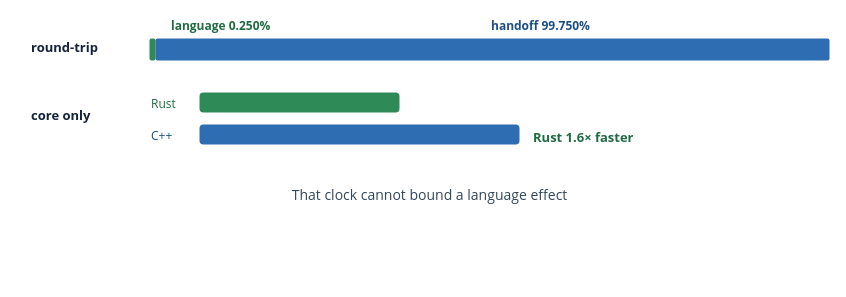
The draw.io diagram diagrams/31_e2e_clock.drawio in VienThanh12/Master-Thesis, before the edit. Source tidied: cells renumbered, new cells numbered last; positions are measured from the earlier drawing's top-left corner, leaving out a move shared by most shapes. Both pictures are drawn from the tidied source at 100%, with x=0, y=0 at pixel (29, 17).
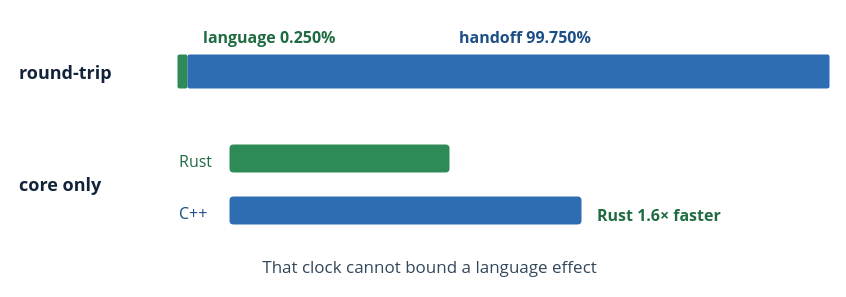
The same page after the edit.

Commit message (it also covers changes not shown here):
updated the figure 5.4. It is too small

Diff of the diagram source:
```diff
@@
 <mxGraphModel>
   <root>
     <mxCell id="0" />
     <mxCell id="1" parent="0" />
-    <mxCell id="2" value="round-trip" style="text;html=1;strokeColor=none;fillColor=none;whiteSpace=nowrap;align=left;verticalAlign=middle;fontSize=13;fontColor=#12233a;fontFamily=Segoe UI;fontStyle=1;" parent="1" vertex="1">
-      <mxGeometry y="20.6" width="70.8" height="19.5" as="geometry" />
+    <mxCell id="2" value="round-trip" style="text;html=1;strokeColor=none;fillColor=none;whiteSpace=nowrap;align=left;verticalAlign=middle;fontSize=18;fontColor=#12233a;fontFamily=Segoe UI;fontStyle=1;" parent="1" vertex="1">
+      <mxGeometry x="-12" y="41.9" width="98.1" height="27" as="geometry" />
     </mxCell>
     <mxCell id="3" style="rounded=1;whiteSpace=wrap;html=1;absoluteArcSize=1;arcSize=4;fillColor=#2e8b57;strokeColor=none;" parent="1" vertex="1">
-      <mxGeometry x="120" y="21" width="6" height="22" as="geometry" />
+      <mxGeometry x="148" y="37" width="10" height="34" as="geometry" />
     </mxCell>
     <mxCell id="4" style="rounded=1;whiteSpace=wrap;html=1;absoluteArcSize=1;arcSize=4;fillColor=#2f6db3;strokeColor=none;" parent="1" vertex="1">
-      <mxGeometry x="126" y="21" width="674" height="22" as="geometry" />
+      <mxGeometry x="158" y="37" width="642" height="34" as="geometry" />
     </mxCell>
-    <mxCell id="5" value="language  0.250%" style="text;html=1;strokeColor=none;fillColor=none;whiteSpace=nowrap;align=left;verticalAlign=middle;fontSize=12;fontColor=#1f6b41;fontFamily=Segoe UI;fontStyle=1;" parent="1" vertex="1">
-      <mxGeometry x="140" y="-0.4" width="104.6" height="18" as="geometry" />
+    <mxCell id="5" value="language  0.250%" style="text;html=1;strokeColor=none;fillColor=none;whiteSpace=nowrap;align=left;verticalAlign=middle;fontSize=16;fontColor=#1f6b41;fontFamily=Segoe UI;fontStyle=1;" parent="1" vertex="1">
+      <mxGeometry x="172" y="7.8" width="139.5" height="24" as="geometry" />
     </mxCell>
-    <mxCell id="6" value="handoff  99.750%" style="text;html=1;strokeColor=none;fillColor=none;whiteSpace=nowrap;align=left;verticalAlign=middle;fontSize=12;fontColor=#1c4e86;fontFamily=Segoe UI;fontStyle=1;" parent="1" vertex="1">
-      <mxGeometry x="460" y="-0.4" width="104.6" height="18" as="geometry" />
+    <mxCell id="6" value="handoff  99.750%" style="text;html=1;strokeColor=none;fillColor=none;whiteSpace=nowrap;align=left;verticalAlign=middle;fontSize=16;fontColor=#1c4e86;fontFamily=Segoe UI;fontStyle=1;" parent="1" vertex="1">
+      <mxGeometry x="428" y="7.8" width="139.5" height="24" as="geometry" />
     </mxCell>
-    <mxCell id="7" value="core only" style="text;html=1;strokeColor=none;fillColor=none;whiteSpace=nowrap;align=left;verticalAlign=middle;fontSize=13;fontColor=#12233a;fontFamily=Segoe UI;fontStyle=1;" parent="1" vertex="1">
-      <mxGeometry y="88.7" width="63.8" height="19.5" as="geometry" />
+    <mxCell id="7" value="core only" style="text;html=1;strokeColor=none;fillColor=none;whiteSpace=nowrap;align=left;verticalAlign=middle;fontSize=18;fontColor=#12233a;fontFamily=Segoe UI;fontStyle=1;" parent="1" vertex="1">
+      <mxGeometry x="-12" y="153.9" width="88.3" height="27" as="geometry" />
     </mxCell>
-    <mxCell id="8" value="Rust" style="text;html=1;strokeColor=none;fillColor=none;whiteSpace=nowrap;align=left;verticalAlign=middle;fontSize=12;fontColor=#1f6b41;fontFamily=Segoe UI;" parent="1" vertex="1">
-      <mxGeometry x="120" y="77.6" width="26.2" height="18" as="geometry" />
+    <mxCell id="8" value="Rust" style="text;html=1;strokeColor=none;fillColor=none;whiteSpace=nowrap;align=left;verticalAlign=middle;fontSize=16;fontColor=#1f6b41;fontFamily=Segoe UI;" parent="1" vertex="1">
+      <mxGeometry x="148" y="131.8" width="34.9" height="24" as="geometry" />
     </mxCell>
     <mxCell id="9" style="rounded=1;whiteSpace=wrap;html=1;absoluteArcSize=1;arcSize=8;fillColor=#2e8b57;strokeColor=none;" parent="1" vertex="1">
-      <mxGeometry x="170" y="75" width="200" height="20" as="geometry" />
+      <mxGeometry x="200" y="127" width="220" height="28" as="geometry" />
     </mxCell>
-    <mxCell id="10" value="C++" style="text;html=1;strokeColor=none;fillColor=none;whiteSpace=nowrap;align=left;verticalAlign=middle;fontSize=12;fontColor=#1c4e86;fontFamily=Segoe UI;" parent="1" vertex="1">
-      <mxGeometry x="120" y="109.6" width="19.6" height="18" as="geometry" />
+    <mxCell id="10" value="C++" style="text;html=1;strokeColor=none;fillColor=none;whiteSpace=nowrap;align=left;verticalAlign=middle;fontSize=16;fontColor=#1c4e86;fontFamily=Segoe UI;" parent="1" vertex="1">
+      <mxGeometry x="148" y="183.8" width="26.2" height="24" as="geometry" />
     </mxCell>
     <mxCell id="11" style="rounded=1;whiteSpace=wrap;html=1;absoluteArcSize=1;arcSize=8;fillColor=#2f6db3;strokeColor=none;" parent="1" vertex="1">
-      <mxGeometry x="170" y="107" width="320" height="20" as="geometry" />
+      <mxGeometry x="200" y="179" width="352" height="28" as="geometry" />
     </mxCell>
-    <mxCell id="12" value="Rust 1.6× faster" style="text;html=1;strokeColor=none;fillColor=none;whiteSpace=nowrap;align=left;verticalAlign=middle;fontSize=13;fontColor=#1f6b41;fontFamily=Segoe UI;fontStyle=1;" parent="1" vertex="1">
-      <mxGeometry x="502" y="110.7" width="113.4" height="19.5" as="geometry" />
+    <mxCell id="12" value="Rust 1.6× faster" style="text;html=1;strokeColor=none;fillColor=none;whiteSpace=nowrap;align=left;verticalAlign=middle;fontSize=16;fontColor=#1f6b41;fontFamily=Segoe UI;fontStyle=1;" parent="1" vertex="1">
+      <mxGeometry x="566" y="185.8" width="139.5" height="24" as="geometry" />
     </mxCell>
-    <mxCell id="13" value="That clock cannot bound a language effect" style="text;html=1;strokeColor=none;fillColor=none;whiteSpace=nowrap;align=center;verticalAlign=middle;fontSize=14;fontColor=#33475b;fontFamily=Segoe UI;" parent="1" vertex="1">
-      <mxGeometry x="243.6" y="167.7" width="312.8" height="21" as="geometry" />
+    <mxCell id="13" value="That clock cannot bound a language effect" style="text;html=1;strokeColor=none;fillColor=none;whiteSpace=nowrap;align=center;verticalAlign=middle;fontSize=17;fontColor=#33475b;fontFamily=Segoe UI;" parent="1" vertex="1">
+      <mxGeometry x="210.1" y="236.8" width="379.9" height="25.5" as="geometry" />
     </mxCell>
   </root>
 </mxGraphModel>
```
